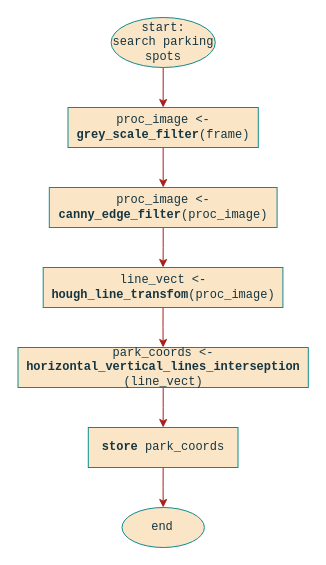
Above: page "search_parking_spots" (2 of 2) of project/report/flowcharts/Threads.drawio in ESRGgroup9/slipad (draw.io), before the change. Source tidied: cells renumbered, new cells numbered last; positions are measured from the earlier drawing's top-left corner, leaving out a move shared by most shapes. Both pictures are drawn from the tidied source at 100%, with x=0, y=0 at pixel (18, 17).
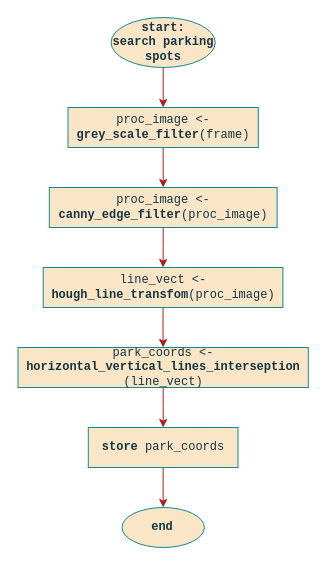
Above is the later version.

Diff of the diagram source:
```diff
@@
 <mxGraphModel>
   <root>
     <mxCell id="0" />
     <mxCell id="1" parent="0" />
     <mxCell id="2" style="edgeStyle=orthogonalEdgeStyle;rounded=0;sketch=0;jettySize=auto;html=1;exitX=0.5;exitY=1;exitDx=0;exitDy=0;entryX=0.5;entryY=0;entryDx=0;entryDy=0;fontFamily=Courier New;fontColor=#143642;strokeColor=#A8201A;fillColor=#FAE5C7;" parent="1" edge="1" source="3" target="5">
       <mxGeometry relative="1" as="geometry" />
     </mxCell>
     <mxCell id="3" value="proc_image &amp;lt;- &lt;b&gt;grey_scale_filter&lt;/b&gt;(frame) " style="rounded=0;whiteSpace=wrap;html=1;sketch=0;fontColor=#143642;strokeColor=#0F8B8D;fillColor=#FAE5C7;fontFamily=Courier New;" parent="1" vertex="1">
       <mxGeometry x="49.5" y="90" width="190.3" height="40" as="geometry" />
     </mxCell>
     <mxCell id="4" style="edgeStyle=orthogonalEdgeStyle;rounded=0;sketch=0;jettySize=auto;html=1;exitX=0.5;exitY=1;exitDx=0;exitDy=0;entryX=0.5;entryY=0;entryDx=0;entryDy=0;fontFamily=Courier New;fontColor=#143642;strokeColor=#A8201A;fillColor=#FAE5C7;" parent="1" edge="1" source="5" target="7">
       <mxGeometry relative="1" as="geometry" />
     </mxCell>
     <mxCell id="5" value="proc_image &amp;lt;- &lt;b&gt;canny_edge_filter&lt;/b&gt;(proc_image) " style="rounded=0;whiteSpace=wrap;html=1;sketch=0;fontColor=#143642;strokeColor=#0F8B8D;fillColor=#FAE5C7;fontFamily=Courier New;" parent="1" vertex="1">
       <mxGeometry x="30.8" y="170" width="227.8" height="40" as="geometry" />
     </mxCell>
     <mxCell id="6" style="edgeStyle=orthogonalEdgeStyle;rounded=0;sketch=0;jettySize=auto;html=1;exitX=0.5;exitY=1;exitDx=0;exitDy=0;entryX=0.5;entryY=0;entryDx=0;entryDy=0;fontFamily=Courier New;fontColor=#143642;strokeColor=#A8201A;fillColor=#FAE5C7;" parent="1" edge="1" source="7" target="9">
       <mxGeometry relative="1" as="geometry" />
     </mxCell>
     <mxCell id="7" value="line_vect &amp;lt;- &lt;b&gt;hough_line_transfom&lt;/b&gt;(proc_image) " style="rounded=0;whiteSpace=wrap;html=1;sketch=0;fontColor=#143642;strokeColor=#0F8B8D;fillColor=#FAE5C7;fontFamily=Courier New;" parent="1" vertex="1">
       <mxGeometry x="24.7" y="250" width="239.7" height="40" as="geometry" />
     </mxCell>
     <mxCell id="8" style="edgeStyle=orthogonalEdgeStyle;rounded=0;sketch=0;jettySize=auto;html=1;entryX=0.5;entryY=0;entryDx=0;entryDy=0;fontFamily=Courier New;fontColor=#143642;strokeColor=#A8201A;fillColor=#FAE5C7;" parent="1" edge="1" source="9" target="11">
       <mxGeometry relative="1" as="geometry" />
     </mxCell>
     <mxCell id="9" value="&lt;div&gt;park_coords &amp;lt;- &lt;b&gt;horizontal_vertical_lines_interseption&lt;/b&gt;&lt;/div&gt;&lt;div&gt;(line_vect)&lt;/div&gt;" style="rounded=0;whiteSpace=wrap;html=1;sketch=0;fontColor=#143642;strokeColor=#0F8B8D;fillColor=#FAE5C7;fontFamily=Courier New;" parent="1" vertex="1">
       <mxGeometry x="-0.5" y="330" width="290.3" height="40" as="geometry" />
     </mxCell>
     <mxCell id="10" style="edgeStyle=orthogonalEdgeStyle;rounded=0;sketch=0;jettySize=auto;html=1;exitX=0.5;exitY=1;exitDx=0;exitDy=0;fontFamily=Courier New;fontColor=#143642;strokeColor=#A8201A;fillColor=#FAE5C7;" parent="1" edge="1" source="11" target="14">
       <mxGeometry relative="1" as="geometry" />
     </mxCell>
     <mxCell id="11" value="&lt;b&gt;store&lt;/b&gt; park_coords" style="rounded=0;whiteSpace=wrap;html=1;sketch=0;fontColor=#143642;strokeColor=#0F8B8D;fillColor=#FAE5C7;fontFamily=Courier New;" parent="1" vertex="1">
       <mxGeometry x="69.8" y="410" width="149.7" height="40" as="geometry" />
     </mxCell>
     <mxCell id="12" style="edgeStyle=orthogonalEdgeStyle;rounded=0;sketch=0;jettySize=auto;html=1;entryX=0.5;entryY=0;entryDx=0;entryDy=0;fontFamily=Courier New;fontColor=#143642;strokeColor=#A8201A;fillColor=#FAE5C7;" parent="1" edge="1" source="13" target="3">
       <mxGeometry relative="1" as="geometry" />
     </mxCell>
-    <mxCell id="13" value="&lt;div&gt;start: &lt;br&gt;&lt;/div&gt;&lt;div&gt;&lt;div&gt;search parking spots&lt;br&gt;&lt;/div&gt;&lt;/div&gt;" style="ellipse;whiteSpace=wrap;html=1;rounded=0;sketch=0;fontFamily=Courier New;fontColor=#143642;strokeColor=#0F8B8D;fillColor=#FAE5C7;" parent="1" vertex="1">
+    <mxCell id="13" value="&lt;div&gt;start: &lt;br&gt;&lt;/div&gt;&lt;div&gt;&lt;div&gt;search parking spots&lt;br&gt;&lt;/div&gt;&lt;/div&gt;" style="ellipse;whiteSpace=wrap;html=1;rounded=0;sketch=0;fontFamily=Courier New;fontColor=#143642;strokeColor=#0F8B8D;fillColor=#FAE5C7;fontStyle=1;" parent="1" vertex="1">
       <mxGeometry x="92.6" width="104.2" height="50" as="geometry" />
     </mxCell>
-    <mxCell id="14" value="end" style="ellipse;whiteSpace=wrap;html=1;rounded=0;sketch=0;fontFamily=Courier New;fontColor=#143642;strokeColor=#0F8B8D;fillColor=#FAE5C7;" parent="1" vertex="1">
+    <mxCell id="14" value="end" style="ellipse;whiteSpace=wrap;html=1;rounded=0;sketch=0;fontFamily=Courier New;fontColor=#143642;strokeColor=#0F8B8D;fillColor=#FAE5C7;fontStyle=1;" parent="1" vertex="1">
       <mxGeometry x="103.5" y="490" width="82.4" height="40" as="geometry" />
     </mxCell>
   </root>
 </mxGraphModel>
```
